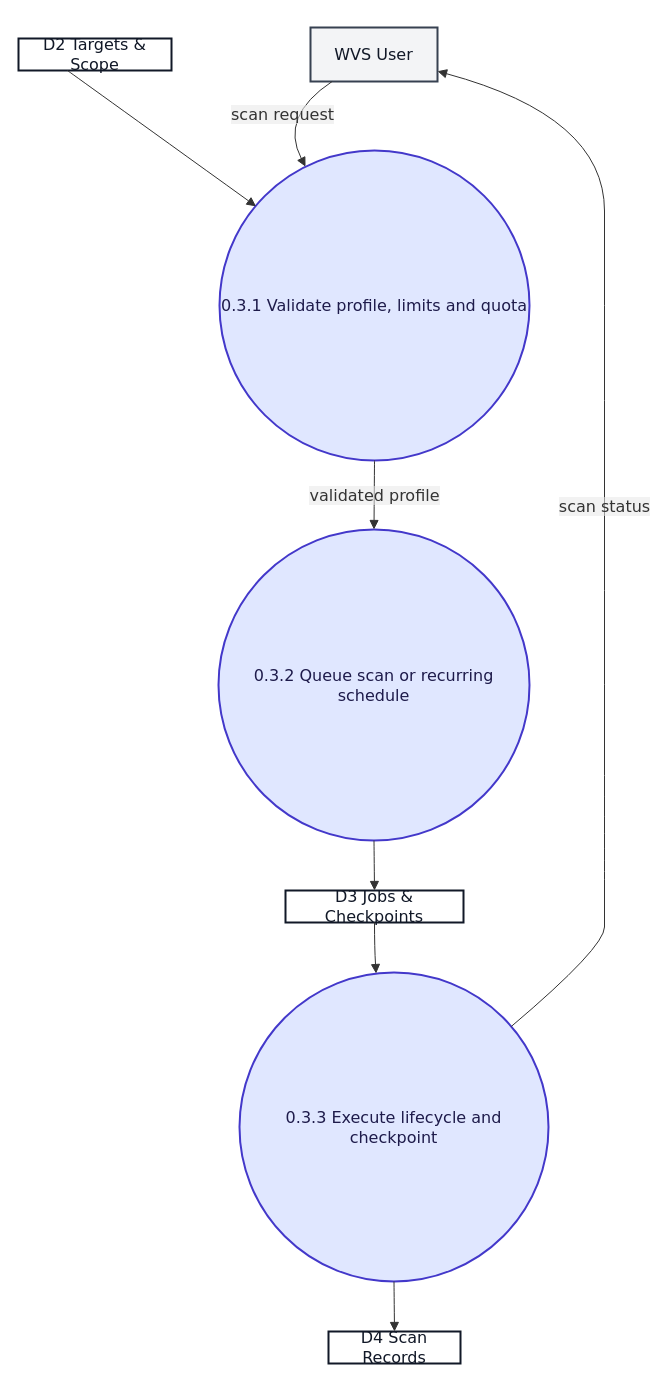
Before: docs/mermaid/f.3.drawio in ksacheth/software-engineering, a draw.io diagram. Source tidied: cells renumbered, new cells numbered last; positions are measured from the earlier drawing's top-left corner, leaving out a move shared by most shapes. Both pictures are drawn from the tidied source at 100%, with x=0, y=0 at pixel (18, 17).
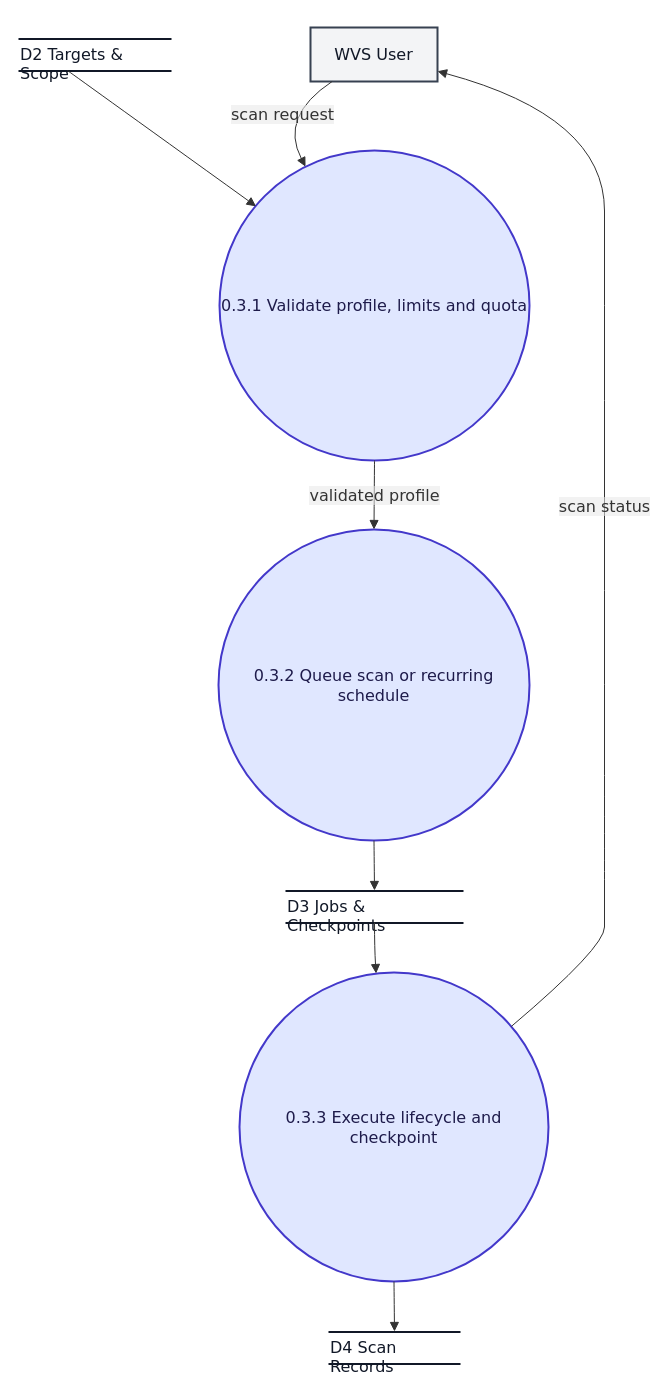
The same diagram, later.

The change refers to these unchanged cells:
```xml
<mxCell id="2" style="group;transparentBounds=1;editIcon=1;lockedGroup=0;groupPadding=10;" parent="1" vertex="1">
  <mxGeometry x="310" as="geometry" />
</mxCell>
```

Change to the diagram source:
```diff
@@
-    <mxCell id="7" value="D2 Targets &amp; Scope" style="html=1;whiteSpace=wrap;strokeWidth=2;fillColor=none;strokeColor=#111827;fontColor=#111827;fontFamily=Trebuchet MS,Verdana,Arial,sans-serif;fontSize=16;" parent="2" vertex="1">
+    <mxCell id="7" value="D2 Targets &amp; Scope" style="text;html=1;whiteSpace=wrap;strokeColor=none;fillColor=none;fontColor=#111827;fontFamily=Trebuchet MS,Verdana,Arial,sans-serif;fontSize=16;" parent="2" vertex="1">
       <mxGeometry x="-310" y="21" width="153" height="32" as="geometry" />
     </mxCell>
+    <mxCell id="17" style="shape=line;strokeWidth=2;strokeColor=#111827;fillColor=none;" parent="2" vertex="1">
+      <mxGeometry x="-310" y="21" width="153" height="1" as="geometry" />
+    </mxCell>
+    <mxCell id="18" style="shape=line;strokeWidth=2;strokeColor=#111827;fillColor=none;" parent="2" vertex="1">
+      <mxGeometry x="-310" y="53" width="153" height="1" as="geometry" />
+    </mxCell>
-    <mxCell id="8" value="D3 Jobs &amp; Checkpoints" style="html=1;whiteSpace=wrap;strokeWidth=2;fillColor=none;strokeColor=#111827;fontColor=#111827;fontFamily=Trebuchet MS,Verdana,Arial,sans-serif;fontSize=16;" parent="2" vertex="1">
+    <mxCell id="8" value="D3 Jobs &amp; Checkpoints" style="text;html=1;whiteSpace=wrap;strokeColor=none;fillColor=none;fontColor=#111827;fontFamily=Trebuchet MS,Verdana,Arial,sans-serif;fontSize=16;" parent="2" vertex="1">
       <mxGeometry x="-43" y="873" width="178" height="32" as="geometry" />
     </mxCell>
+    <mxCell id="19" style="shape=line;strokeWidth=2;strokeColor=#111827;fillColor=none;" parent="2" vertex="1">
+      <mxGeometry x="-43" y="873" width="178" height="1" as="geometry" />
+    </mxCell>
+    <mxCell id="20" style="shape=line;strokeWidth=2;strokeColor=#111827;fillColor=none;" parent="2" vertex="1">
+      <mxGeometry x="-43" y="905" width="178" height="1" as="geometry" />
+    </mxCell>
-    <mxCell id="9" value="D4 Scan Records" style="html=1;whiteSpace=wrap;strokeWidth=2;fillColor=none;strokeColor=#111827;fontColor=#111827;fontFamily=Trebuchet MS,Verdana,Arial,sans-serif;fontSize=16;" parent="2" vertex="1">
+    <mxCell id="9" value="D4 Scan Records" style="text;html=1;whiteSpace=wrap;strokeColor=none;fillColor=none;fontColor=#111827;fontFamily=Trebuchet MS,Verdana,Arial,sans-serif;fontSize=16;" parent="2" vertex="1">
       <mxGeometry y="1314" width="132" height="32" as="geometry" />
     </mxCell>
+    <mxCell id="21" style="shape=line;strokeWidth=2;strokeColor=#111827;fillColor=none;" parent="2" vertex="1">
+      <mxGeometry y="1314" width="132" height="1" as="geometry" />
+    </mxCell>
+    <mxCell id="22" style="shape=line;strokeWidth=2;strokeColor=#111827;fillColor=none;" parent="2" vertex="1">
+      <mxGeometry y="1346" width="132" height="1" as="geometry" />
+    </mxCell>
```
